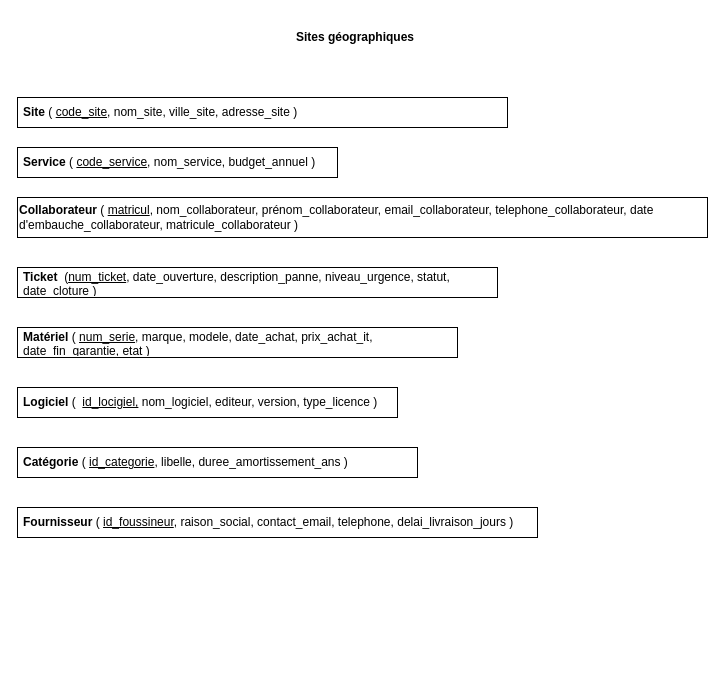
The draw.io diagram docs/MLD.drawio in riondo/bts-sio-it-manager, before the edit. Source tidied: cells renumbered, new cells numbered last; positions are measured from the earlier drawing's top-left corner, leaving out a move shared by most shapes. Both pictures are drawn from the tidied source at 100%, with x=0, y=0 at pixel (17, 17).
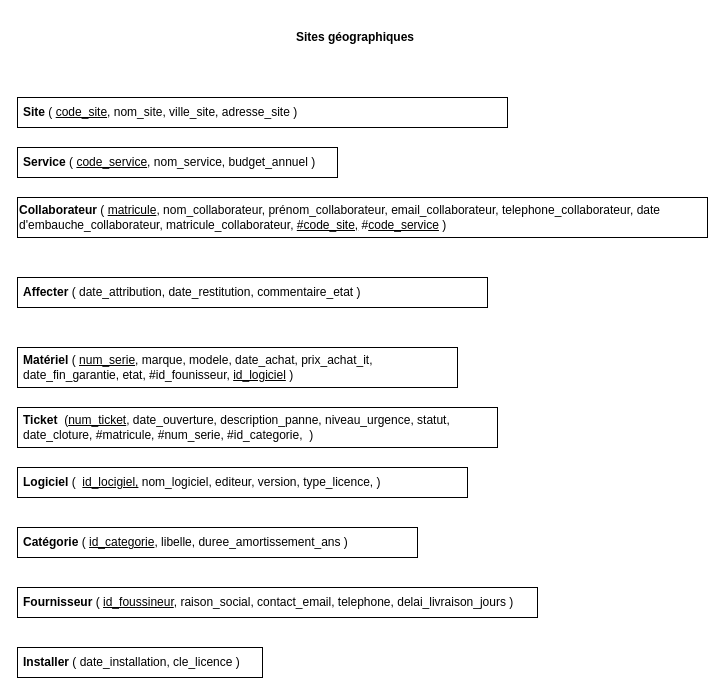
The same page after the edit.

Commit message (it also covers changes not shown here):
creation du mld

Change to the diagram source:
```diff
@@
 <mxGraphModel>
   <root>
     <mxCell id="0" />
     <mxCell id="1" parent="0" />
     <mxCell id="2" value="Sites géographiques" style="text;strokeColor=none;fillColor=none;align=center;verticalAlign=middle;spacingLeft=4;spacingRight=4;overflow=hidden;whiteSpace=wrap;html=1;fontStyle=1;" parent="1" vertex="1">
       <mxGeometry x="256" width="164" height="40" as="geometry" />
     </mxCell>
     <mxCell id="3" value="&lt;b&gt;Service &lt;/b&gt;( &lt;u&gt;code_service&lt;/u&gt;, nom_service, budget_annuel )" style="text;strokeColor=default;fillColor=none;align=left;verticalAlign=middle;spacingLeft=4;spacingRight=4;overflow=hidden;whiteSpace=wrap;html=1;" parent="1" vertex="1">
       <mxGeometry y="130" width="320" height="30" as="geometry" />
     </mxCell>
-    <mxCell id="4" value="&lt;b&gt;Collaborateur&lt;/b&gt;&amp;nbsp;( &lt;u&gt;matricul&lt;/u&gt;, nom_collaborateur, prénom_collaborateur, email_collaborateur, telephone_collaborateur, date d'embauche_collaborateur, matricule_collaborateur )" style="text;html=1;whiteSpace=wrap;strokeColor=default;fillColor=none;align=left;verticalAlign=middle;rounded=0;" parent="1" vertex="1">
+    <mxCell id="4" value="&lt;b&gt;Collaborateur&lt;/b&gt;&amp;nbsp;( &lt;u&gt;matricule&lt;/u&gt;, nom_collaborateur, prénom_collaborateur, email_collaborateur, telephone_collaborateur, date d'embauche_collaborateur, matricule_collaborateur, &lt;u&gt;#code_site,&lt;/u&gt;&amp;nbsp;#&lt;u&gt;code_service&lt;/u&gt; )" style="text;html=1;whiteSpace=wrap;strokeColor=default;fillColor=none;align=left;verticalAlign=middle;rounded=0;" parent="1" vertex="1">
       <mxGeometry y="180" width="690" height="40" as="geometry" />
     </mxCell>
     <mxCell id="5" value="&lt;b&gt;Site &lt;/b&gt;( &lt;u&gt;code_site&lt;/u&gt;, nom_site, ville_site, adresse_site )" style="text;strokeColor=default;fillColor=none;align=left;verticalAlign=middle;spacingLeft=4;spacingRight=4;overflow=hidden;whiteSpace=wrap;html=1;" parent="1" vertex="1">
       <mxGeometry y="80" width="490" height="30" as="geometry" />
     </mxCell>
-    <mxCell id="6" value="&lt;b&gt;Ticket&amp;nbsp;&lt;/b&gt;&amp;nbsp;(&lt;u&gt;num_ticket&lt;/u&gt;, date_ouverture, description_panne, niveau_urgence, statut, date_cloture )" style="text;strokeColor=default;fillColor=none;align=left;verticalAlign=middle;spacingLeft=4;spacingRight=4;overflow=hidden;whiteSpace=wrap;html=1;" parent="1" vertex="1">
-      <mxGeometry y="250" width="480" height="30" as="geometry" />
+    <mxCell id="6" value="&lt;b&gt;Ticket&amp;nbsp;&lt;/b&gt;&amp;nbsp;(&lt;u&gt;num_ticket&lt;/u&gt;, date_ouverture, description_panne, niveau_urgence, statut, date_cloture, #matricule, #num_serie, #id_categorie, &amp;nbsp;)" style="text;strokeColor=default;fillColor=none;align=left;verticalAlign=middle;spacingLeft=4;spacingRight=4;overflow=hidden;whiteSpace=wrap;html=1;" parent="1" vertex="1">
+      <mxGeometry y="390" width="480" height="40" as="geometry" />
     </mxCell>
-    <mxCell id="7" value="&lt;b&gt;Matériel &lt;/b&gt;( &lt;u&gt;num_serie&lt;/u&gt;, marque, modele, date_achat, prix_achat_it, date_fin_garantie, etat )&amp;nbsp;" style="text;strokeColor=default;fillColor=none;align=left;verticalAlign=middle;spacingLeft=4;spacingRight=4;overflow=hidden;whiteSpace=wrap;html=1;" parent="1" vertex="1">
-      <mxGeometry y="310" width="440" height="30" as="geometry" />
+    <mxCell id="7" value="&lt;b&gt;Matériel &lt;/b&gt;( &lt;u&gt;num_serie&lt;/u&gt;, marque, modele, date_achat, prix_achat_it, date_fin_garantie, etat,&amp;nbsp;#id_founisseur, &lt;u&gt;id_logiciel&lt;/u&gt;&amp;nbsp;)&amp;nbsp;" style="text;strokeColor=default;fillColor=none;align=left;verticalAlign=middle;spacingLeft=4;spacingRight=4;overflow=hidden;whiteSpace=wrap;html=1;" parent="1" vertex="1">
+      <mxGeometry y="330" width="440" height="40" as="geometry" />
     </mxCell>
-    <mxCell id="8" value="&lt;b&gt;Logiciel &lt;/b&gt;(&amp;nbsp; &lt;u&gt;id_locigiel,&lt;/u&gt;&amp;nbsp;nom_logiciel, editeur, version, type_licence )" style="text;strokeColor=default;fillColor=none;align=left;verticalAlign=middle;spacingLeft=4;spacingRight=4;overflow=hidden;whiteSpace=wrap;html=1;" parent="1" vertex="1">
-      <mxGeometry y="370" width="380" height="30" as="geometry" />
+    <mxCell id="8" value="&lt;b&gt;Logiciel &lt;/b&gt;(&amp;nbsp; &lt;u&gt;id_locigiel,&lt;/u&gt;&amp;nbsp;nom_logiciel, editeur, version, type_licence, )" style="text;strokeColor=default;fillColor=none;align=left;verticalAlign=middle;spacingLeft=4;spacingRight=4;overflow=hidden;whiteSpace=wrap;html=1;" parent="1" vertex="1">
+      <mxGeometry y="450" width="450" height="30" as="geometry" />
     </mxCell>
     <mxCell id="9" value="&lt;b&gt;Catégorie &lt;/b&gt;( &lt;u&gt;id_categorie&lt;/u&gt;, libelle, duree_amortissement_ans )" style="text;strokeColor=default;fillColor=none;align=left;verticalAlign=middle;spacingLeft=4;spacingRight=4;overflow=hidden;whiteSpace=wrap;html=1;" parent="1" vertex="1">
-      <mxGeometry y="430" width="400" height="30" as="geometry" />
+      <mxGeometry y="510" width="400" height="30" as="geometry" />
     </mxCell>
     <mxCell id="10" value="&lt;b&gt;Fournisseur&lt;/b&gt;&amp;nbsp;(&amp;nbsp;&lt;u&gt;id_foussineur&lt;/u&gt;, raison_social, contact_email, telephone, delai_livraison_jours )&amp;nbsp;" style="text;strokeColor=default;fillColor=none;align=left;verticalAlign=middle;spacingLeft=4;spacingRight=4;overflow=hidden;whiteSpace=wrap;html=1;" parent="1" vertex="1">
-      <mxGeometry y="490" width="520" height="30" as="geometry" />
+      <mxGeometry y="570" width="520" height="30" as="geometry" />
     </mxCell>
+    <mxCell id="11" value="&lt;b&gt;Affecter &lt;/b&gt;( date_attribution, date_restitution, commentaire_etat )&amp;nbsp;&amp;nbsp;" style="text;strokeColor=default;fillColor=none;align=left;verticalAlign=middle;spacingLeft=4;spacingRight=4;overflow=hidden;whiteSpace=wrap;html=1;" parent="1" vertex="1">
+      <mxGeometry y="260" width="470" height="30" as="geometry" />
+    </mxCell>
+    <mxCell id="12" value="&lt;b&gt;Installer &lt;/b&gt;( date_installation, cle_licence )" style="text;strokeColor=default;fillColor=none;align=left;verticalAlign=middle;spacingLeft=4;spacingRight=4;overflow=hidden;whiteSpace=wrap;html=1;" parent="1" vertex="1">
+      <mxGeometry y="630" width="245" height="30" as="geometry" />
+    </mxCell>
   </root>
 </mxGraphModel>
```
